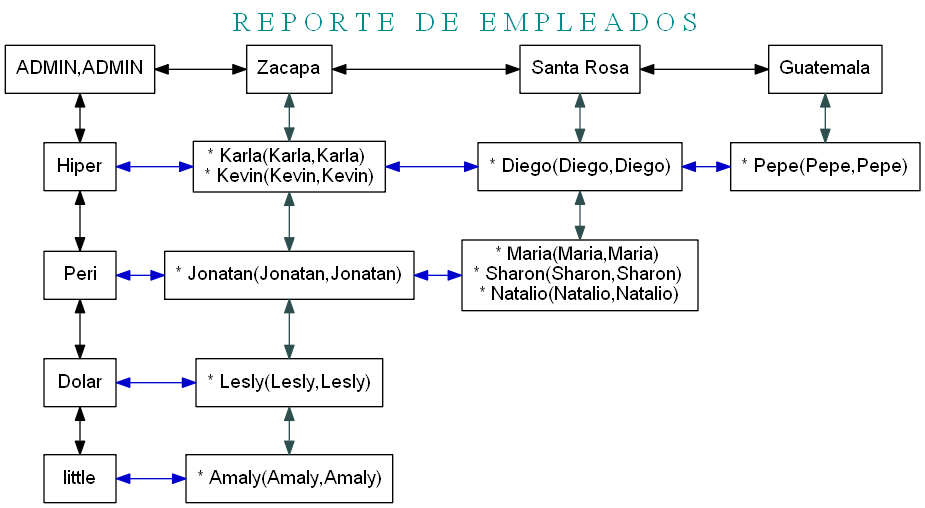
Before: P1_VJ2020/ReporteMatriz.png, a diagram exported from Graphviz (KimberlyEstupe/P1_VJ2020). Its source is kept beside it as P1_VJ2020/ReporteMatriz.dot.
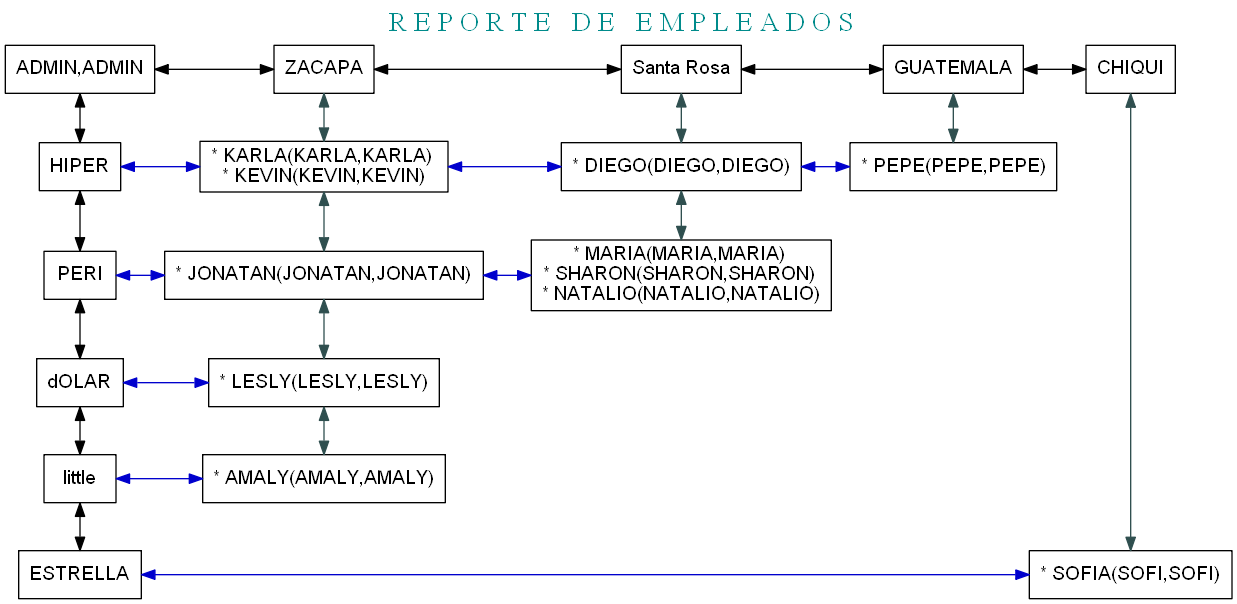
The same diagram one commit later.

The edit, as a diff of the source:
```diff
@@ -9,53 +9,62 @@
   {rank=same
      NodoX0  [label= "ADMIN,ADMIN" , group=0]
      NodoX0 ->  NodoX1[dir=both]
-     NodoX1  [label= "Zacapa" , group=1]
+     NodoX1  [label= "ZACAPA" , group=1]
      NodoX1 ->  NodoX2[dir=both]
      NodoX2  [label= "Santa Rosa" , group=2]
      NodoX2 ->  NodoX3[dir=both]
-     NodoX3  [label= "Guatemala" , group=3]
+     NodoX3  [label= "GUATEMALA" , group=3]
+     NodoX3 ->  NodoX4[dir=both]
+     NodoX4  [label= "CHIQUI" , group=4]
   }
 
    NodoX0 ->  NodoY1[dir=both]
-   NodoY1  [label= "Hiper" , group=0]
+   NodoY1  [label= "HIPER" , group=0]
    NodoY1 ->  NodoY2[dir=both]
-   NodoY2  [label= "Peri" , group= 0]
+   NodoY2  [label= "PERI" , group= 0]
    NodoY2 ->  NodoY3[dir=both]
-   NodoY3  [label= "Dolar" , group= 0]
+   NodoY3  [label= "dOLAR" , group= 0]
    NodoY3 ->  NodoY4[dir=both]
    NodoY4  [label= "little" , group= 0]
    NodoY4 ->  NodoY5[dir=both]
    NodoY5  [label= "ESTRELLA" , group= 0]
-   NodoY5 ->  NodoY5[dir=both]
-   NodoY5  [label= "ESTRELLA" , group= 0]
 
   {rank=same
      NodoY1 ->  Nodo11 [color=blue3][dir=both]
-     Nodo11  [label= "* Karla(Karla,Karla)
-* Kevin(Kevin,Kevin)" , group=1]
+     Nodo11  [label= "* KARLA(KARLA,KARLA)
+* KEVIN(KEVIN,KEVIN)" , group=1]
      Nodo11 ->  Nodo21 [color=blue3][dir=both]
-     Nodo21  [label= "* Diego(Diego,Diego)" , group=2]
+     Nodo21  [label= "* DIEGO(DIEGO,DIEGO)" , group=2]
      Nodo21 ->  Nodo31 [color=blue3][dir=both]
-     Nodo31  [label= "* Pepe(Pepe,Pepe)" , group=3]
+     Nodo31  [label= "* PEPE(PEPE,PEPE)" , group=3]
   }
   {rank=same
      NodoY2 ->  Nodo12 [color=blue3][dir=both]
-     Nodo12  [label= "* Jonatan(Jonatan,Jonatan)" , group=1]
+     Nodo12  [label= "* JONATAN(JONATAN,JONATAN)" , group=1]
      Nodo12 ->  Nodo22 [color=blue3][dir=both]
-     Nodo22  [label= "* Maria(Maria,Maria)
-* Sharon(Sharon,Sharon)
-* Natalio(Natalio,Natalio)" , group=2]
+     Nodo22  [label= "* MARIA(MARIA,MARIA)
+* SHARON(SHARON,SHARON)
+* NATALIO(NATALIO,NATALIO)" , group=2]
   }
   {rank=same
      NodoY3 ->  Nodo13 [color=blue3][dir=both]
-     Nodo13  [label= "* Lesly(Lesly,Lesly)" , group=1]
+     Nodo13  [label= "* LESLY(LESLY,LESLY)" , group=1]
   }
   {rank=same
      NodoY4 ->  Nodo14 [color=blue3][dir=both]
-     Nodo14  [label= "* Amaly(Amaly,Amaly)" , group=1]
+     Nodo14  [label= "* AMALY(AMALY,AMALY)" , group=1]
   }
   {rank=same
-     NodoY5 ->  Nodo05 [color=blue3][dir=both]
-     Nodo05  [label= "* MARIAELOS(MARIELOS,MARIELOS)" , group=0]
+     NodoY5 ->  Nodo45 [color=blue3][dir=both]
+     Nodo45  [label= "* SOFIA(SOFI,SOFI)" , group=4]
   }
-  {rank=same
+
+   NodoX1 ->  Nodo11 [color=darkslategrey][dir=both]
+   Nodo11 ->  Nodo12 [color=darkslategrey][dir=both]
+   Nodo12 ->  Nodo13 [color=darkslategrey][dir=both]
+   Nodo13 ->  Nodo14 [color=darkslategrey][dir=both]
+   NodoX2 ->  Nodo21 [color=darkslategrey][dir=both]
+   Nodo21 ->  Nodo22 [color=darkslategrey][dir=both]
+   NodoX3 ->  Nodo31 [color=darkslategrey][dir=both]
+   NodoX4 ->  Nodo45 [color=darkslategrey][dir=both]
+}
```
